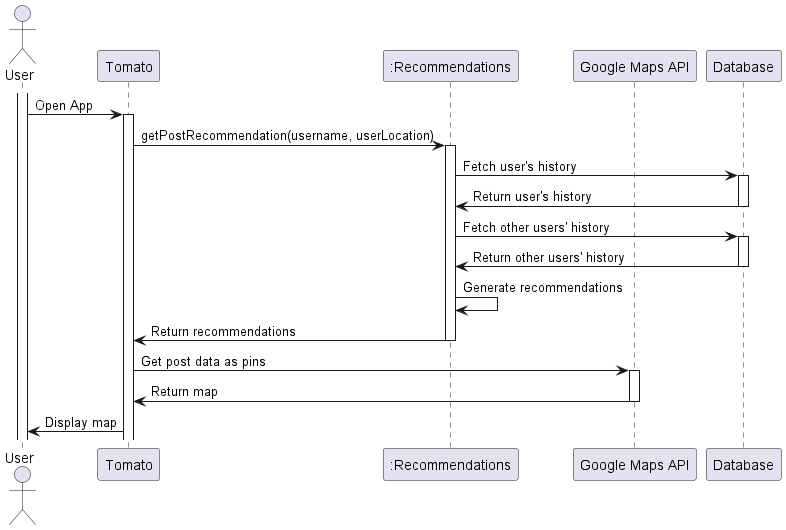
This is documentation/images/recommend.png from xuantungbrian/Tomato, a PlantUML export, as it was before one commit.
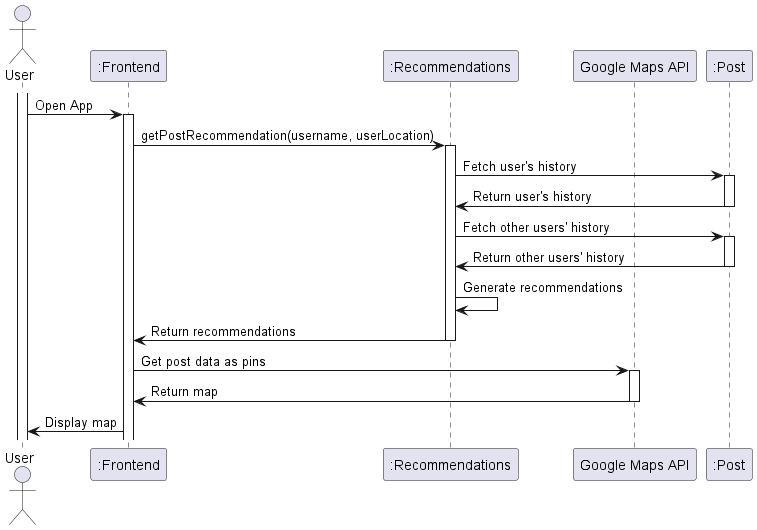
The same diagram one commit later.

Change to the diagram source:
```diff
@@ -1,10 +1,10 @@
 @startuml
 
 actor User
-participant "Tomato" as App
+participant ":Frontend" as App
 participant ":Recommendations" as Rec
 participant "Google Maps API" as Maps
-participant "Database" as DB
+participant ":Post" as DB
 
 activate User
 User -> App: Open App
```
